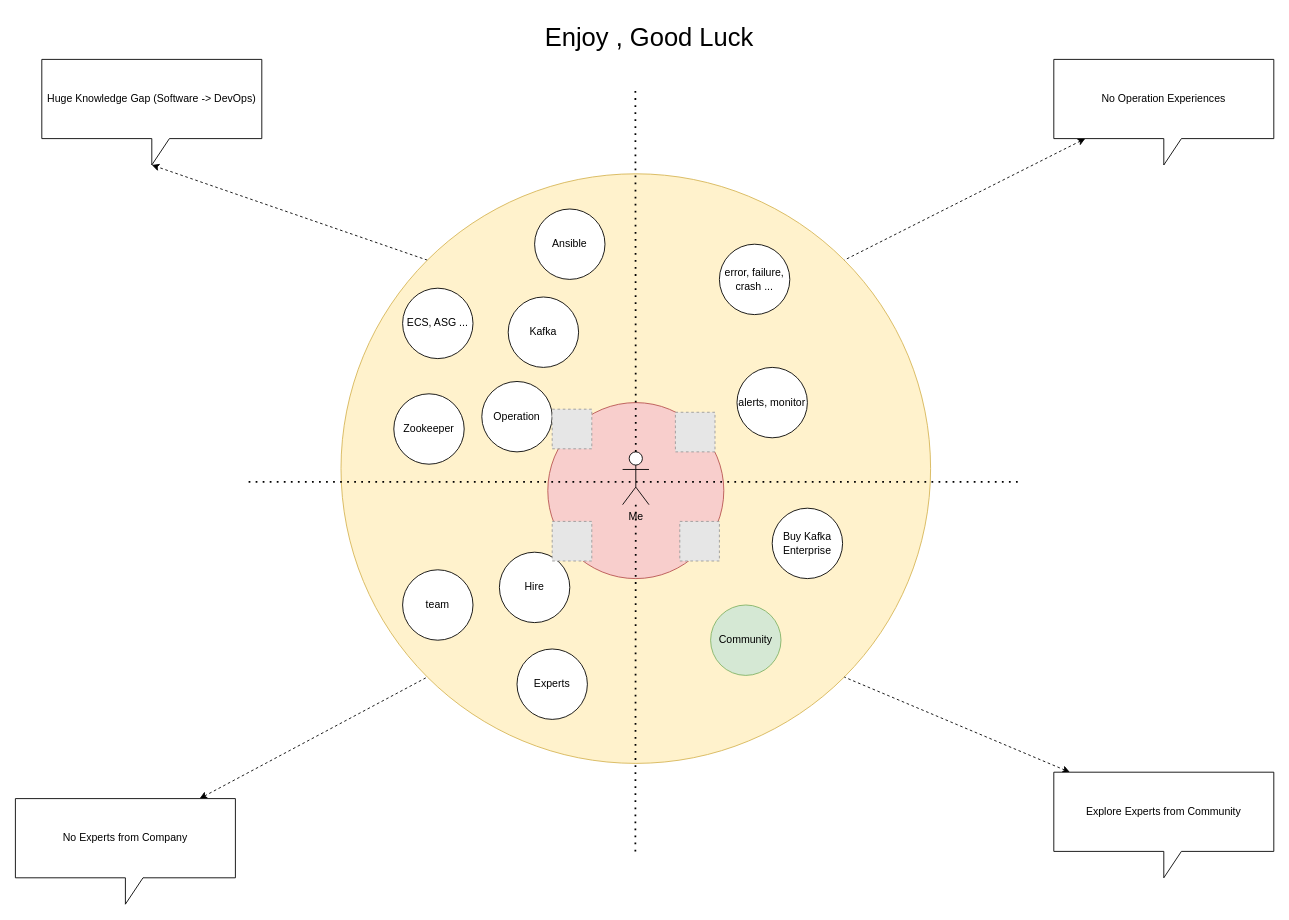
Above: kafka_hell.drawio in jiangtao7/draw.io (draw.io), before the change. Source tidied: cells renumbered, new cells numbered last; positions are measured from the earlier drawing's top-left corner, leaving out a move shared by most shapes. Both pictures are drawn from the tidied source at 88%, with x=0, y=0 at pixel (15, 15). Pictures stored in the file or linked from it are replaced by grey dashed boxes.
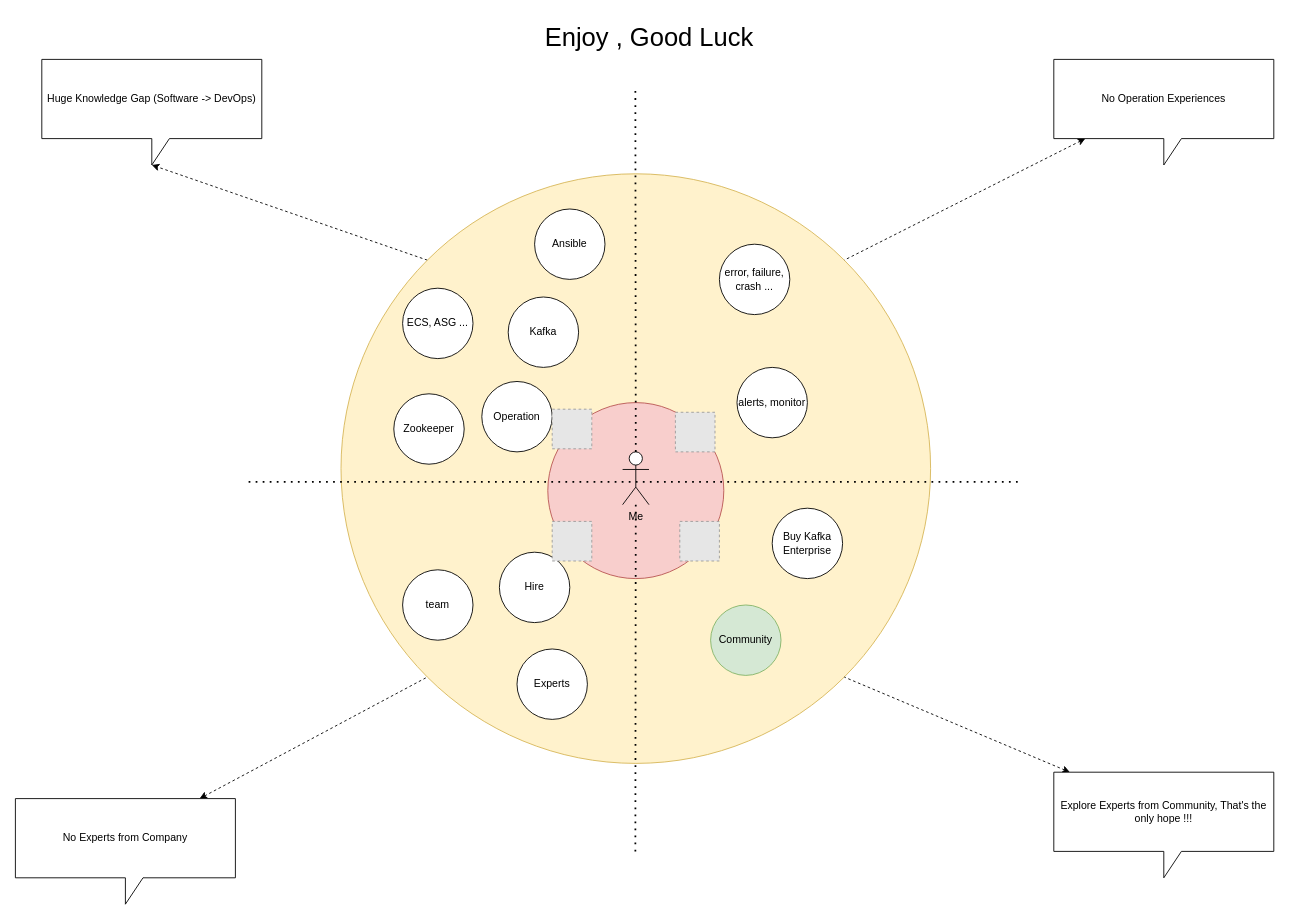
After the change.

Diff of the diagram source:
```diff
@@
-    <mxCell id="24" value="Explore Experts from Community" style="shape=callout;whiteSpace=wrap;html=1;perimeter=calloutPerimeter;" parent="1" vertex="1">
+    <mxCell id="24" value="Explore Experts from Community, That's the only hope !!!" style="shape=callout;whiteSpace=wrap;html=1;perimeter=calloutPerimeter;" parent="1" vertex="1">
       <mxGeometry x="1180" y="860" width="250" height="120" as="geometry" />
     </mxCell>
```
